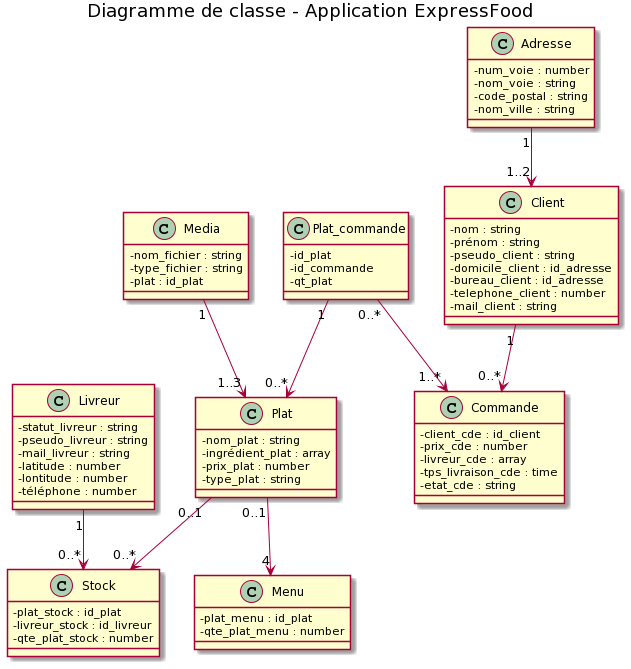
RemarkableCraft/OC_UML_P4 keeps this PlantUML diagram as P4/P4_02_schemasUML/diagramme-classe.png. Above is the earlier version.
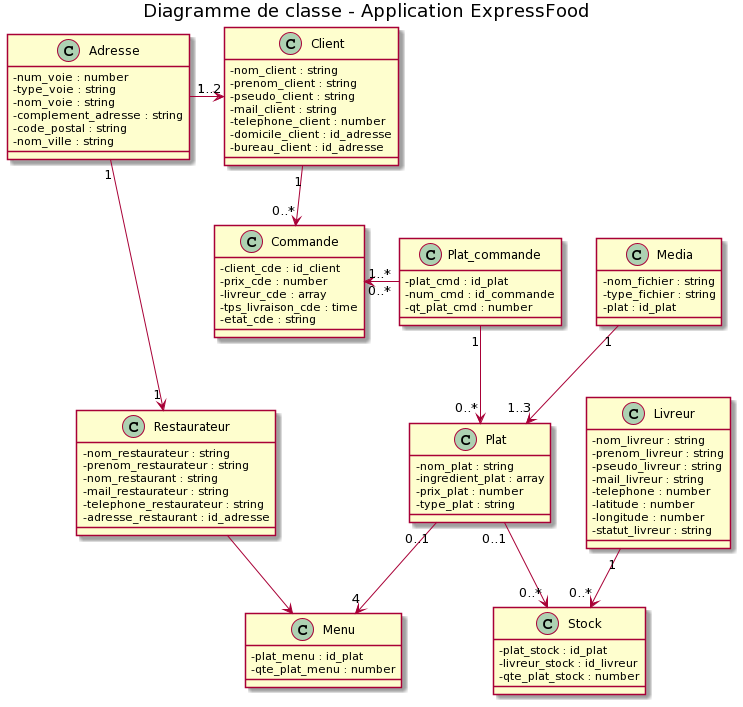
After the change.

What changed in the source:
```diff
@@ -1,11 +1,53 @@
 @startuml
 title Diagramme de classe - Application ExpressFood
 
+
 skinparam classAttributeIconSize 0
 
-class Menu {
- - plat_menu : id_plat
- - qte_plat_menu : number
+class Client {
+ - nom_client : string
+ - prenom_client : string
+ - pseudo_client : string
+ - mail_client : string
+ - telephone_client : number
+ - domicile_client : id_adresse
+ - bureau_client : id_adresse
+}
+
+class Livreur {
+ - nom_livreur : string
+ - prenom_livreur : string
+ - pseudo_livreur : string
+ - mail_livreur : string
+ - telephone : number
+ - latitude : number
+ - longitude : number
+ - statut_livreur : string
+}
+
+class Restaurateur {
+ - nom_restaurateur : string
+ - prenom_restaurateur : string
+ - nom_restaurant : string
+ - mail_restaurateur : string
+ - telephone_restaurateur : string
+ - adresse_restaurant : id_adresse
+}
+
+class Adresse {
+ - num_voie : number
+ - type_voie : string
+ - nom_voie : string
+ - complement_adresse : string
+ - code_postal : string
+ - nom_ville : string
+}
+
+class Plat {
+ - nom_plat : string
+ - ingredient_plat : array
+ - prix_plat : number
+ - type_plat : string
 }
 
 class Media {
@@ -14,49 +56,15 @@
  - plat : id_plat
 }
 
-class Plat {
- - nom_plat : string
- - ingrédient_plat : array
- - prix_plat : number
- - type_plat : string
-}
-
-class Livreur {
- - statut_livreur : string
- - pseudo_livreur : string
- - mail_livreur : string
- - latitude : number
- - lontitude : number
- - téléphone : number
+class Menu {
+ - plat_menu : id_plat
+ - qte_plat_menu : number
 }
 
 class Stock {
  - plat_stock : id_plat
  - livreur_stock : id_livreur
  - qte_plat_stock : number
-}
-
-class Client {
- - nom : string
- - prénom : string
- - pseudo_client : string
- - domicile_client : id_adresse
- - bureau_client : id_adresse
- - telephone_client : number
- - mail_client : string
-}
-
-class Adresse {
- - num_voie : number
- - nom_voie : string
- - code_postal : string
- - nom_ville : string
-}
-
-class Plat_commande {
- - id_plat
- - id_commande
- - qt_plat
 }
 
 class Commande {
@@ -67,6 +75,15 @@
  - etat_cde : string
 }
 
+class Plat_commande {
+ - plat_cmd : id_plat
+ - num_cmd : id_commande
+ - qt_plat_cmd : number
+}
+
+
+Restaurateur --> Menu
+
 Plat "0..1" --> "4" Menu
 Plat "0..1" --> "0..*" Stock
 
@@ -74,10 +91,11 @@
 
 Livreur "1" --> "0..*" Stock
 
-Adresse "1" --> "1..2" Client
+Adresse "1" -right-> "1..2" Client
+Adresse "1" -down-> "1" Restaurateur
 
 Client "1" --> "0..*" Commande
 
-Plat_commande "0..*" --> "1..*" Commande
-Plat_commande "1" --> "0..*" Plat
+Plat_commande "0..*" -left-> "1..*" Commande
+Plat_commande "1" -down-> "0..*" Plat
 @enduml
```
